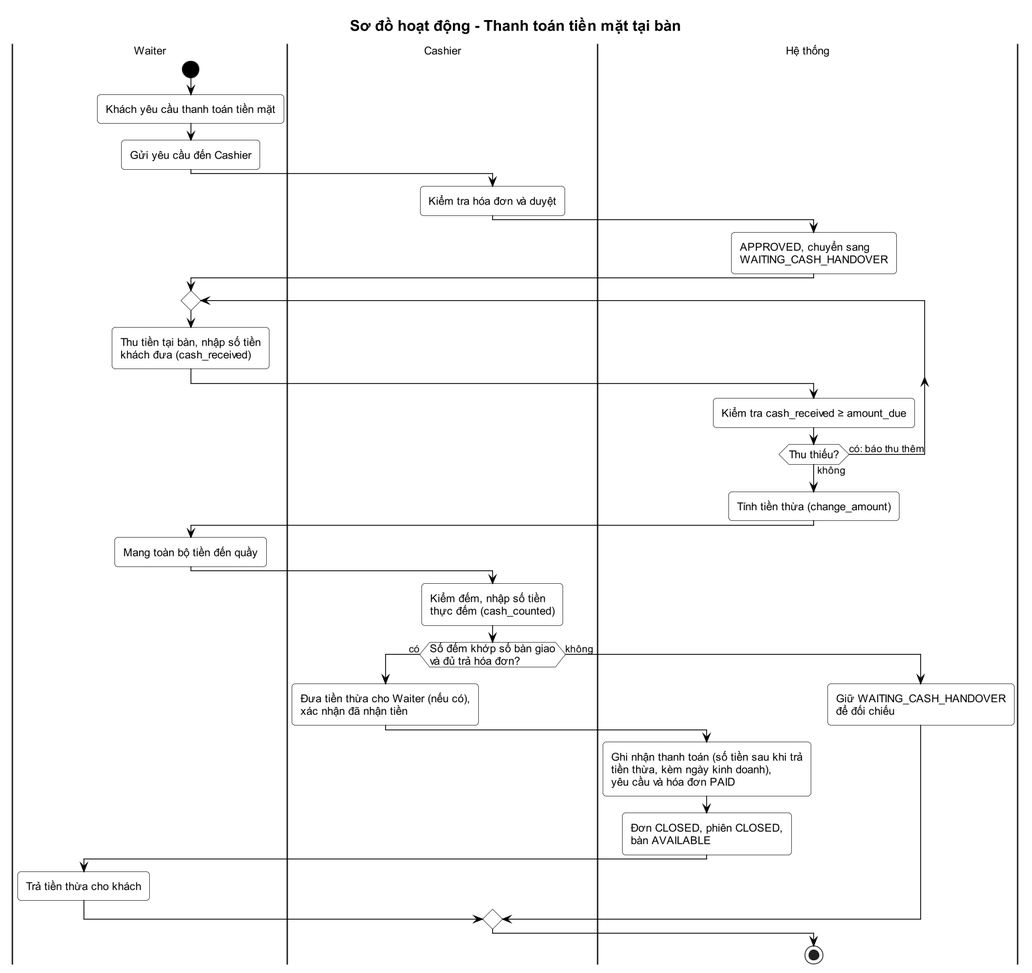
Before: docs/03-quan-ly-don-hang/activity-7-thanh-toan-tien-mat.png, a diagram exported from PlantUML (Anpham120/restaurant-management-system).
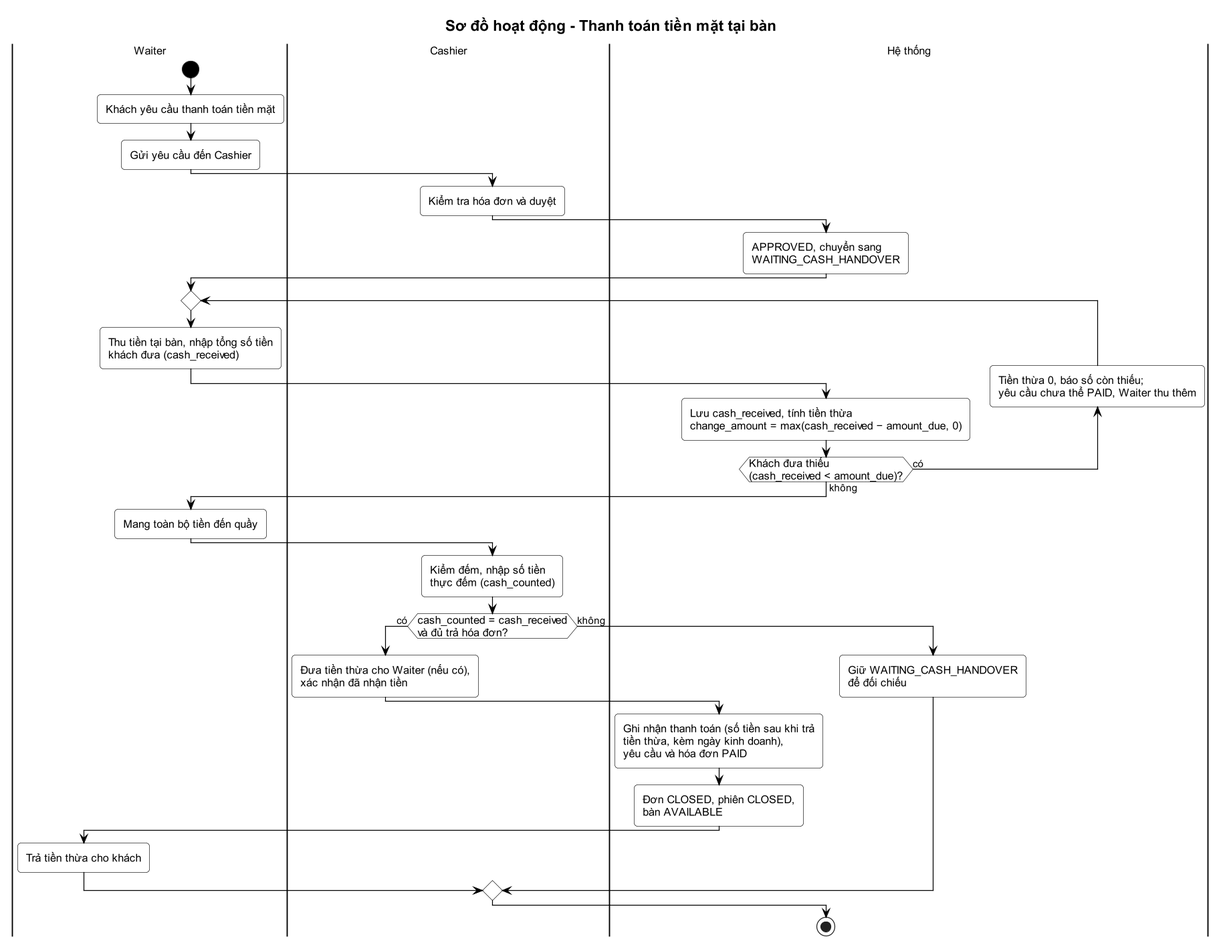
After the change.

Change to the diagram source:
```diff
@@ -12,16 +12,16 @@
 :APPROVED, chuyển sang\nWAITING_CASH_HANDOVER;
 repeat
   |Waiter|
-  :Thu tiền tại bàn, nhập số tiền\nkhách đưa (cash_received);
+  :Thu tiền tại bàn, nhập tổng số tiền\nkhách đưa (cash_received);
   |Hệ thống|
-  :Kiểm tra cash_received ≥ amount_due;
-repeat while (Thu thiếu?) is (có: báo thu thêm) not (không)
-:Tính tiền thừa (change_amount);
+  :Lưu cash_received, tính tiền thừa\nchange_amount = max(cash_received − amount_due, 0);
+backward :Tiền thừa 0, báo số còn thiếu;\nyêu cầu chưa thể PAID, Waiter thu thêm;
+repeat while (Khách đưa thiếu\n(cash_received < amount_due)?) is (có) not (không)
 |Waiter|
 :Mang toàn bộ tiền đến quầy;
 |Cashier|
 :Kiểm đếm, nhập số tiền\nthực đếm (cash_counted);
-if (Số đếm khớp số bàn giao\nvà đủ trả hóa đơn?) then (có)
+if (cash_counted = cash_received\nvà đủ trả hóa đơn?) then (có)
   :Đưa tiền thừa cho Waiter (nếu có),\nxác nhận đã nhận tiền;
   |Hệ thống|
   :Ghi nhận thanh toán (số tiền sau khi trả\ntiền thừa, kèm ngày kinh doanh),\nyêu cầu và hóa đơn PAID;
```
